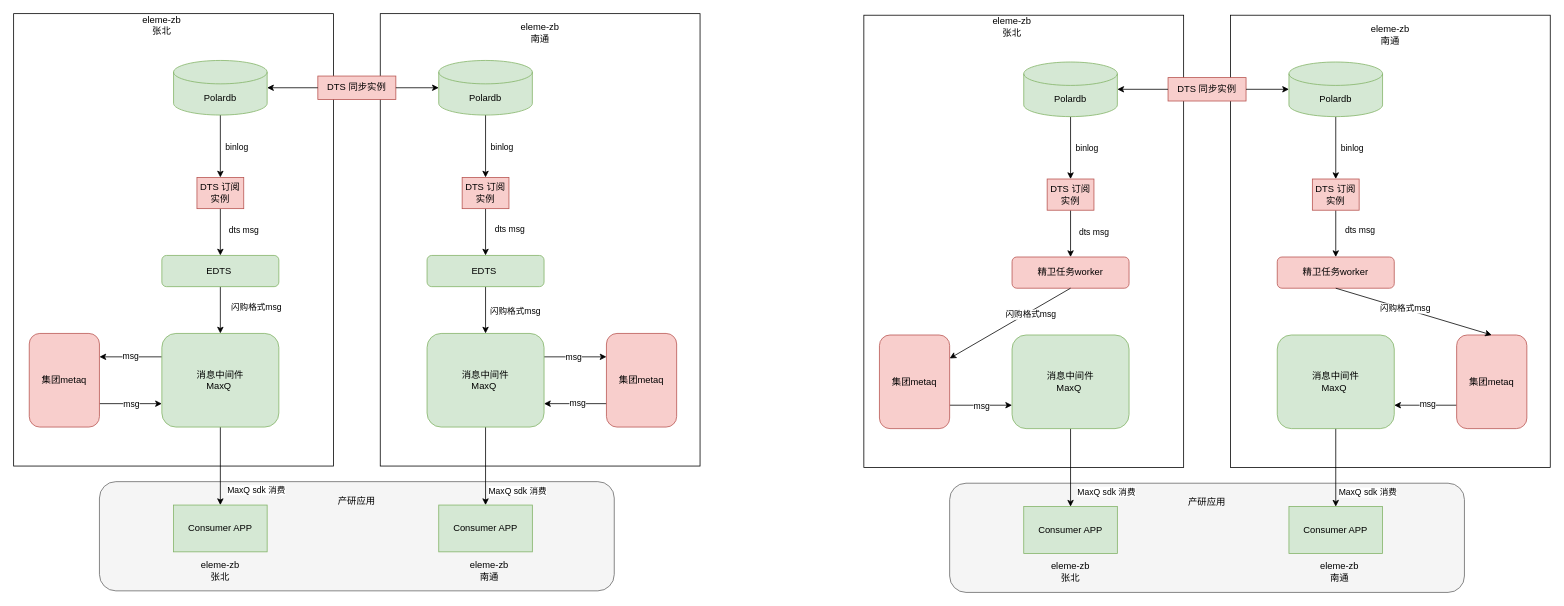
zwmcoder/drawio_source keeps this draw.io diagram as page "Page-3" (3 of 3) of eleme/Untitled Diagram.drawio. Above is the earlier version. Source tidied: cells renumbered, new cells numbered last; positions are measured from the earlier drawing's top-left corner, leaving out a move shared by most shapes. Both pictures are drawn from the tidied source at 78%, with x=0, y=0 at pixel (13, 13).
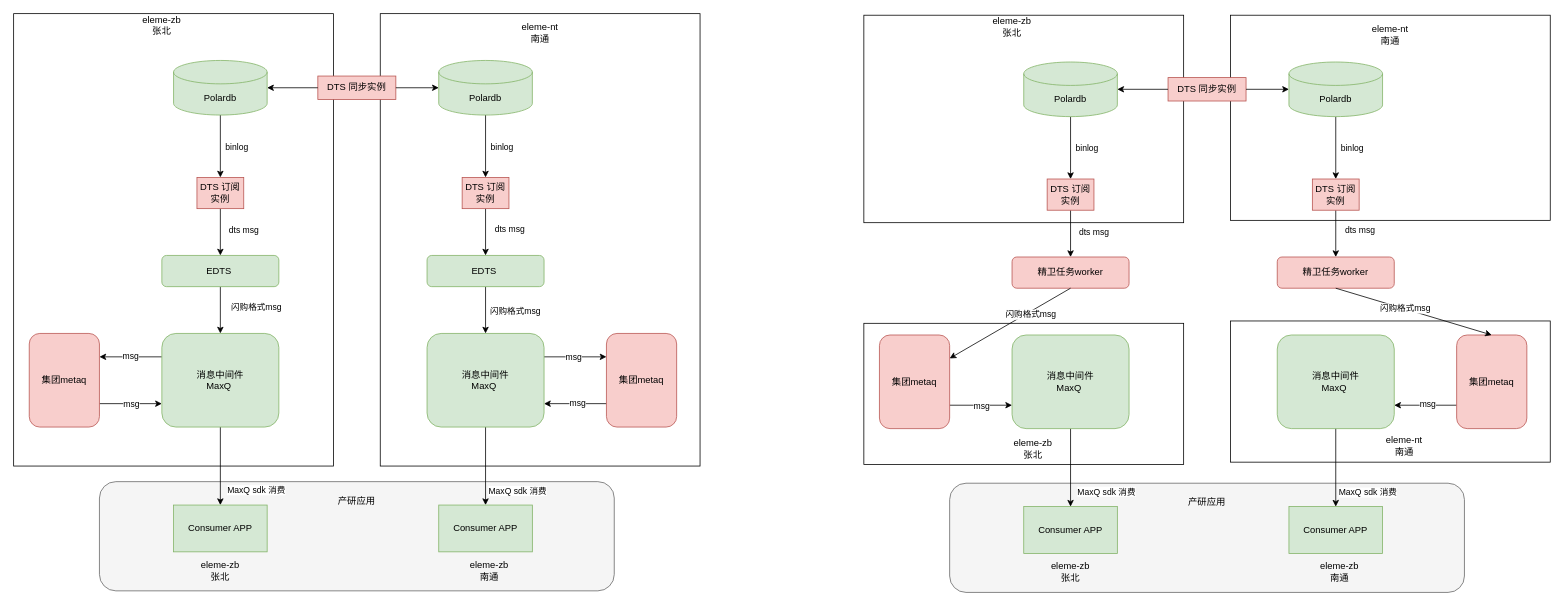
The same diagram, later.

Change to the diagram source:
```diff
@@
+    <mxCell id="92" style="rounded=0;whiteSpace=wrap;html=1;" parent="1" vertex="1">
+      <mxGeometry x="1560" y="394" width="410" height="181" as="geometry" />
+    </mxCell>
+    <mxCell id="93" style="rounded=0;whiteSpace=wrap;html=1;" parent="1" vertex="1">
+      <mxGeometry x="1090" y="397" width="410" height="181" as="geometry" />
+    </mxCell>
@@
-    <mxCell id="45" value="eleme-zb&lt;div&gt;南通&lt;/div&gt;" style="text;html=1;whiteSpace=wrap;strokeColor=none;fillColor=none;align=center;verticalAlign=middle;rounded=0;" parent="1" vertex="1">
+    <mxCell id="45" value="eleme-nt&lt;div&gt;南通&lt;/div&gt;" style="text;html=1;whiteSpace=wrap;strokeColor=none;fillColor=none;align=center;verticalAlign=middle;rounded=0;" parent="1" vertex="1">
       <mxGeometry x="645" y="10" width="60" height="30" as="geometry" />
     </mxCell>
@@
     <mxCell id="48" style="rounded=0;whiteSpace=wrap;html=1;" parent="1" vertex="1">
-      <mxGeometry x="1560" y="2" width="410" height="580" as="geometry" />
+      <mxGeometry x="1560" y="2" width="410" height="263" as="geometry" />
     </mxCell>
     <mxCell id="49" style="rounded=0;whiteSpace=wrap;html=1;" parent="1" vertex="1">
-      <mxGeometry x="1090" y="2" width="410" height="580" as="geometry" />
+      <mxGeometry x="1090" y="2" width="410" height="266" as="geometry" />
     </mxCell>
@@
-    <mxCell id="84" value="eleme-zb&lt;div&gt;南通&lt;/div&gt;" style="text;html=1;whiteSpace=wrap;strokeColor=none;fillColor=none;align=center;verticalAlign=middle;rounded=0;" parent="1" vertex="1">
+    <mxCell id="84" value="eleme-nt&lt;div&gt;南通&lt;/div&gt;" style="text;html=1;whiteSpace=wrap;strokeColor=none;fillColor=none;align=center;verticalAlign=middle;rounded=0;" parent="1" vertex="1">
       <mxGeometry x="1735" y="12" width="60" height="30" as="geometry" />
     </mxCell>
@@
+    <mxCell id="94" value="eleme-zb&lt;div&gt;张北&lt;/div&gt;" style="text;html=1;whiteSpace=wrap;strokeColor=none;fillColor=none;align=center;verticalAlign=middle;rounded=0;" parent="1" vertex="1">
+      <mxGeometry x="1277" y="543" width="60" height="30" as="geometry" />
+    </mxCell>
+    <mxCell id="95" value="eleme-nt&lt;div&gt;南通&lt;/div&gt;" style="text;html=1;whiteSpace=wrap;strokeColor=none;fillColor=none;align=center;verticalAlign=middle;rounded=0;" parent="1" vertex="1">
+      <mxGeometry x="1753" y="539" width="60" height="30" as="geometry" />
+    </mxCell>
```
